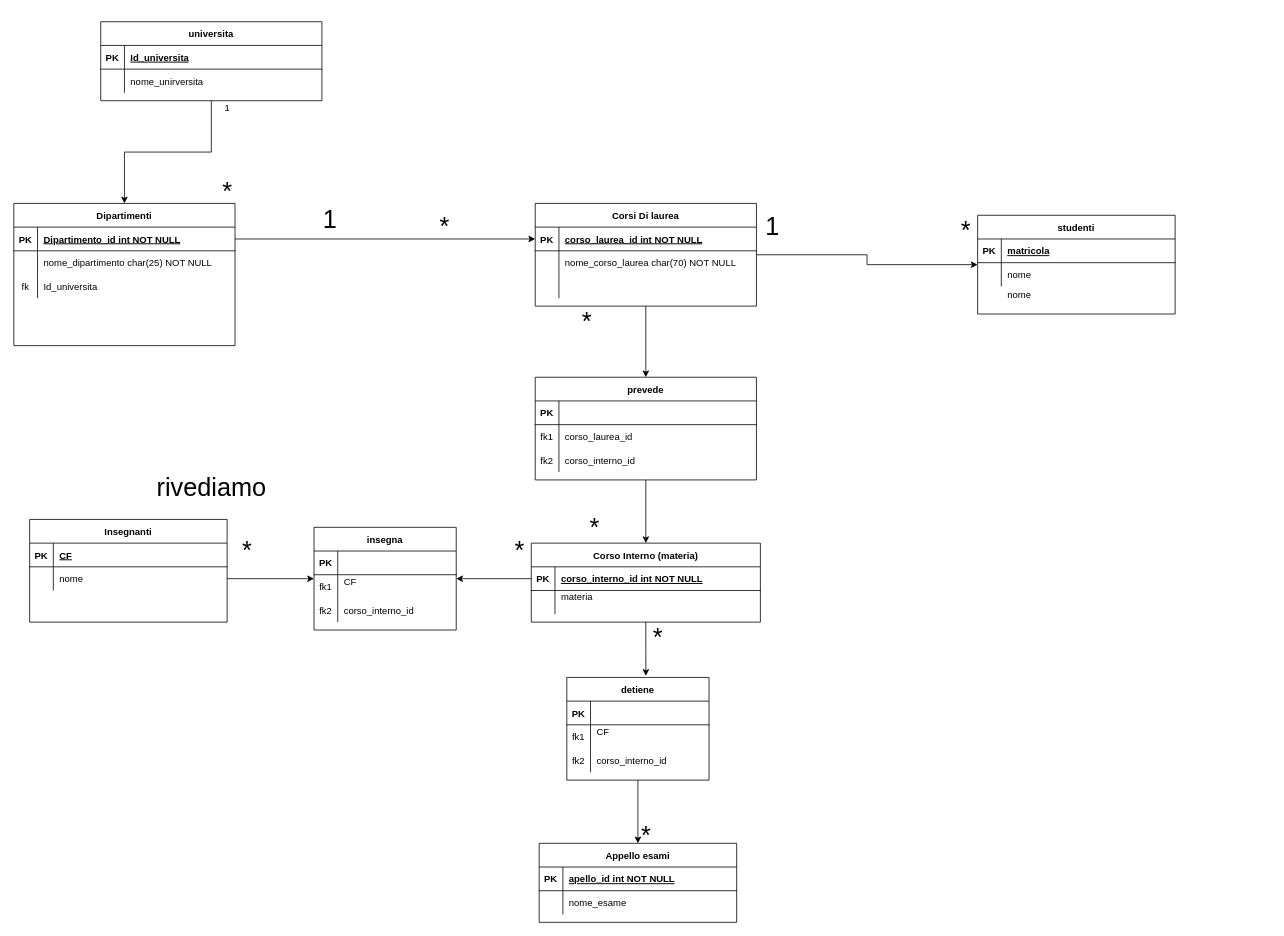
The draw.io diagram Untitled Diagram.drawio in LorenzoPrimogeri/db-first, before the edit. Source tidied: cells renumbered, new cells numbered last; positions are measured from the earlier drawing's top-left corner, leaving out a move shared by most shapes. Both pictures are drawn from the tidied source at 79%, with x=0, y=0 at pixel (13, 21).
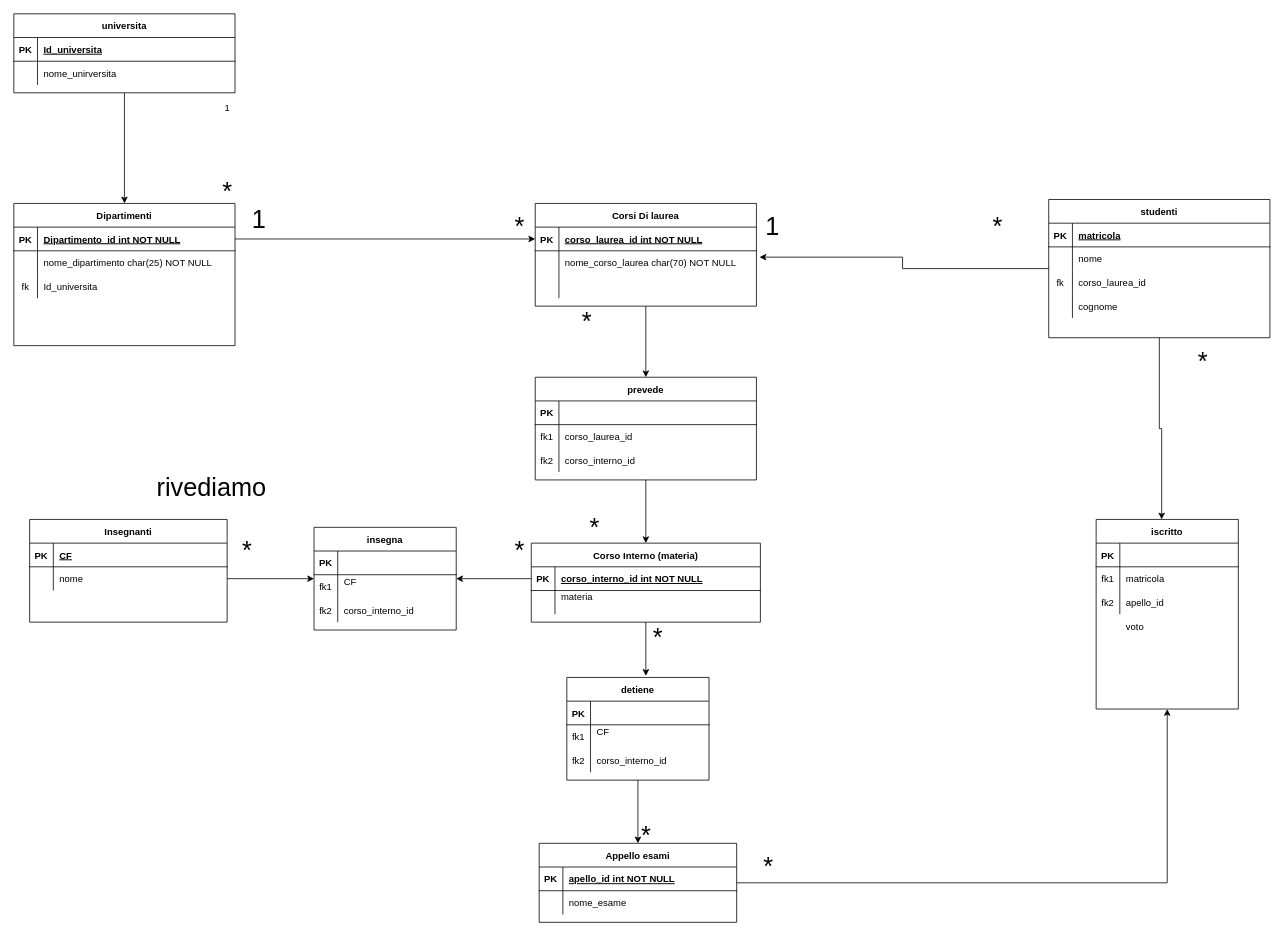
Above is the later version.

Unchanged cells that the change refers to:
```xml
<mxCell id="4" value="Corsi Di laurea" style="shape=table;startSize=30;childLayout=tableLayout;rowLines=0;fontStyle=1;align=center;" parent="1" vertex="1">
  <mxGeometry x="660" y="230" width="280" height="130" as="geometry" />
</mxCell>
<mxCell id="8" style="shape=partialRectangle;fillColor=none;points=[[0,0.5],[1,0.5]];portConstraint=eastwest;top=0;left=0;right=0;bottom=0;" parent="4" vertex="1">
  <mxGeometry y="60" width="280" height="30" as="geometry" />
</mxCell>
<mxCell id="39" value="Appello esami" style="shape=table;startSize=30;childLayout=tableLayout;rowLines=0;fontStyle=1;align=center;" parent="1" vertex="1">
  <mxGeometry x="665" y="1040" width="250" height="100" as="geometry" />
</mxCell>
```

What changed in the source:
```diff
@@
-    <mxCell id="3" style="edgeStyle=orthogonalEdgeStyle;rounded=0;jettySize=auto;html=1;fontSize=32;" parent="1" edge="1" source="4" target="46">
-      <mxGeometry relative="1" as="geometry" />
-    </mxCell>
@@
+    <mxCell id="113" style="edgeStyle=orthogonalEdgeStyle;rounded=0;jettySize=auto;html=1;fontSize=32;entryX=0.5;entryY=1;entryDx=0;entryDy=0;" parent="1" edge="1" source="39" target="129">
+      <mxGeometry relative="1" as="geometry" />
+    </mxCell>
@@
-    <mxCell id="46" value="studenti" style="shape=table;startSize=30;childLayout=tableLayout;rowLines=0;fontStyle=1;align=center;" parent="1" vertex="1">
-      <mxGeometry x="1220" y="245" width="250" height="125" as="geometry" />
-    </mxCell>
-    <mxCell id="47" style="shape=partialRectangle;fillColor=none;top=0;left=0;right=0;bottom=1;" parent="46" vertex="1">
-      <mxGeometry y="30" width="250" height="30" as="geometry" />
-    </mxCell>
-    <mxCell id="48" value="PK" style="shape=partialRectangle;overflow=hidden;fillColor=none;top=0;left=0;bottom=0;right=0;fontStyle=1;" parent="47" vertex="1">
-      <mxGeometry width="30" height="30" as="geometry" />
-    </mxCell>
-    <mxCell id="49" value="matricola" style="shape=partialRectangle;overflow=hidden;fillColor=none;top=0;left=0;bottom=0;right=0;align=left;spacingLeft=6;fontStyle=5;" parent="47" vertex="1">
-      <mxGeometry x="30" width="220" height="30" as="geometry" />
-    </mxCell>
-    <mxCell id="50" style="shape=partialRectangle;fillColor=none;top=0;left=0;right=0;bottom=0;" parent="46" vertex="1">
-      <mxGeometry y="60" width="250" height="30" as="geometry" />
-    </mxCell>
-    <mxCell id="51" style="shape=partialRectangle;overflow=hidden;fillColor=none;top=0;left=0;bottom=0;right=0;" parent="50" vertex="1">
-      <mxGeometry width="30" height="30" as="geometry" />
-    </mxCell>
-    <mxCell id="52" value="nome" style="shape=partialRectangle;overflow=hidden;fillColor=none;top=0;left=0;bottom=0;right=0;align=left;spacingLeft=6;" parent="50" vertex="1">
-      <mxGeometry x="30" width="220" height="30" as="geometry" />
-    </mxCell>
@@
     <mxCell id="54" value="universita" style="shape=table;startSize=30;childLayout=tableLayout;rowLines=0;fontStyle=1;align=center;" parent="1" vertex="1">
-      <mxGeometry x="110" width="280" height="100" as="geometry" />
+      <mxGeometry y="-10" width="280" height="100" as="geometry" />
     </mxCell>
@@
     <mxCell id="64" value="1" style="text;html=1;align=center;verticalAlign=middle;strokeColor=none;fillColor=none;fontSize=32;" parent="1" vertex="1">
-      <mxGeometry x="385" y="230" width="30" height="40" as="geometry" />
+      <mxGeometry x="295" y="230" width="30" height="40" as="geometry" />
     </mxCell>
     <mxCell id="65" value="*" style="text;html=1;align=center;verticalAlign=middle;strokeColor=none;fillColor=none;fontSize=32;" parent="1" vertex="1">
-      <mxGeometry x="530" y="240" width="30" height="40" as="geometry" />
+      <mxGeometry x="625" y="240" width="30" height="40" as="geometry" />
     </mxCell>
@@
     <mxCell id="109" value="*" style="text;html=1;align=center;verticalAlign=middle;strokeColor=none;fillColor=none;fontSize=32;" parent="1" vertex="1">
-      <mxGeometry x="1190" y="245" width="30" height="40" as="geometry" />
+      <mxGeometry x="1230" y="240" width="30" height="40" as="geometry" />
     </mxCell>
-    <mxCell id="110" style="shape=partialRectangle;fillColor=none;top=0;left=0;right=0;bottom=0;" parent="1" vertex="1">
-      <mxGeometry x="1220" y="330" width="250" height="30" as="geometry" />
-    </mxCell>
-    <mxCell id="111" style="shape=partialRectangle;overflow=hidden;fillColor=none;top=0;left=0;bottom=0;right=0;" parent="110" vertex="1">
-      <mxGeometry width="30" height="30" as="geometry" />
-    </mxCell>
-    <mxCell id="112" value="nome" style="shape=partialRectangle;overflow=hidden;fillColor=none;top=0;left=0;bottom=0;right=0;align=left;spacingLeft=6;" parent="110" vertex="1">
-      <mxGeometry x="30" width="220" height="30" as="geometry" />
-    </mxCell>
+    <mxCell id="114" style="edgeStyle=orthogonalEdgeStyle;rounded=0;jettySize=auto;html=1;entryX=1.014;entryY=0.267;entryDx=0;entryDy=0;entryPerimeter=0;fontSize=32;" parent="1" edge="1" source="46" target="8">
+      <mxGeometry relative="1" as="geometry" />
+    </mxCell>
+    <mxCell id="115" style="edgeStyle=orthogonalEdgeStyle;rounded=0;jettySize=auto;html=1;entryX=0.461;entryY=0;entryDx=0;entryDy=0;entryPerimeter=0;fontSize=32;" parent="1" edge="1" source="46" target="129">
+      <mxGeometry relative="1" as="geometry" />
+    </mxCell>
+    <mxCell id="46" value="studenti" style="shape=table;startSize=30;childLayout=tableLayout;rowLines=0;fontStyle=1;align=center;" parent="1" vertex="1">
+      <mxGeometry x="1310" y="225" width="280" height="175" as="geometry" />
+    </mxCell>
+    <mxCell id="116" style="shape=partialRectangle;fillColor=none;top=0;left=0;right=0;bottom=1;" parent="46" vertex="1">
+      <mxGeometry y="30" width="280" height="30" as="geometry" />
+    </mxCell>
+    <mxCell id="117" value="PK" style="shape=partialRectangle;overflow=hidden;fillColor=none;top=0;left=0;bottom=0;right=0;fontStyle=1;" parent="116" vertex="1">
+      <mxGeometry width="30" height="30" as="geometry" />
+    </mxCell>
+    <mxCell id="49" value="matricola" style="shape=partialRectangle;overflow=hidden;fillColor=none;top=0;left=0;bottom=0;right=0;align=left;spacingLeft=6;fontStyle=5;" parent="116" vertex="1">
+      <mxGeometry x="30" width="250" height="30" as="geometry" />
+    </mxCell>
+    <mxCell id="118" style="shape=partialRectangle;fillColor=none;top=0;left=0;right=0;bottom=0;" parent="46" vertex="1">
+      <mxGeometry y="60" width="280" height="30" as="geometry" />
+    </mxCell>
+    <mxCell id="119" style="shape=partialRectangle;overflow=hidden;fillColor=none;top=0;left=0;bottom=0;right=0;" parent="118" vertex="1">
+      <mxGeometry width="30" height="30" as="geometry" />
+    </mxCell>
+    <mxCell id="120" value="nome" style="shape=partialRectangle;overflow=hidden;fillColor=none;top=0;left=0;bottom=0;right=0;align=left;spacingLeft=6;" parent="118" vertex="1">
+      <mxGeometry x="30" width="250" height="30" as="geometry" />
+    </mxCell>
+    <mxCell id="121" style="shape=partialRectangle;fillColor=none;top=0;left=0;right=0;bottom=0;" parent="46" vertex="1">
+      <mxGeometry y="90" width="280" height="30" as="geometry" />
+    </mxCell>
+    <mxCell id="122" value="fk" style="shape=partialRectangle;overflow=hidden;fillColor=none;top=0;left=0;bottom=0;right=0;" parent="121" vertex="1">
+      <mxGeometry width="30" height="30" as="geometry" />
+    </mxCell>
+    <mxCell id="123" value="corso_laurea_id" style="shape=partialRectangle;overflow=hidden;fillColor=none;top=0;left=0;bottom=0;right=0;align=left;spacingLeft=6;" parent="121" vertex="1">
+      <mxGeometry x="30" width="250" height="30" as="geometry" />
+    </mxCell>
+    <mxCell id="124" style="shape=partialRectangle;fillColor=none;top=0;left=0;right=0;bottom=0;" parent="46" vertex="1">
+      <mxGeometry y="120" width="280" height="30" as="geometry" />
+    </mxCell>
+    <mxCell id="125" style="shape=partialRectangle;overflow=hidden;fillColor=none;top=0;left=0;bottom=0;right=0;" parent="124" vertex="1">
+      <mxGeometry width="30" height="30" as="geometry" />
+    </mxCell>
+    <mxCell id="126" value="cognome" style="shape=partialRectangle;overflow=hidden;fillColor=none;top=0;left=0;bottom=0;right=0;align=left;spacingLeft=6;" parent="124" vertex="1">
+      <mxGeometry x="30" width="250" height="30" as="geometry" />
+    </mxCell>
+    <mxCell id="127" value="*" style="text;html=1;align=center;verticalAlign=middle;strokeColor=none;fillColor=none;fontSize=32;" parent="1" vertex="1">
+      <mxGeometry x="940" y="1050" width="30" height="40" as="geometry" />
+    </mxCell>
+    <mxCell id="128" value="*" style="text;html=1;align=center;verticalAlign=middle;strokeColor=none;fillColor=none;fontSize=32;" parent="1" vertex="1">
+      <mxGeometry x="1490" y="410" width="30" height="40" as="geometry" />
+    </mxCell>
+    <mxCell id="129" value="iscritto" style="shape=table;startSize=30;childLayout=tableLayout;rowLines=0;fontStyle=1;align=center;" parent="1" vertex="1">
+      <mxGeometry x="1370" y="630" width="180" height="240" as="geometry" />
+    </mxCell>
+    <mxCell id="130" style="shape=partialRectangle;fillColor=none;top=0;left=0;right=0;bottom=1;" parent="129" vertex="1">
+      <mxGeometry y="30" width="180" height="30" as="geometry" />
+    </mxCell>
+    <mxCell id="131" value="PK" style="shape=partialRectangle;overflow=hidden;fillColor=none;top=0;left=0;bottom=0;right=0;fontStyle=1;" parent="130" vertex="1">
+      <mxGeometry width="30" height="30" as="geometry" />
+    </mxCell>
+    <mxCell id="132" style="shape=partialRectangle;overflow=hidden;fillColor=none;top=0;left=0;bottom=0;right=0;align=left;spacingLeft=6;fontStyle=5;" parent="130" vertex="1">
+      <mxGeometry x="30" width="150" height="30" as="geometry" />
+    </mxCell>
+    <mxCell id="133" style="shape=partialRectangle;fillColor=none;top=0;left=0;right=0;bottom=0;" parent="129" vertex="1">
+      <mxGeometry y="60" width="180" height="30" as="geometry" />
+    </mxCell>
+    <mxCell id="134" value="fk1" style="shape=partialRectangle;overflow=hidden;fillColor=none;top=0;left=0;bottom=0;right=0;" parent="133" vertex="1">
+      <mxGeometry width="30" height="30" as="geometry" />
+    </mxCell>
+    <mxCell id="135" value="matricola" style="shape=partialRectangle;overflow=hidden;fillColor=none;top=0;left=0;bottom=0;right=0;align=left;spacingLeft=6;" parent="133" vertex="1">
+      <mxGeometry x="30" width="150" height="30" as="geometry" />
+    </mxCell>
+    <mxCell id="136" style="shape=partialRectangle;fillColor=none;top=0;left=0;right=0;bottom=0;" parent="129" vertex="1">
+      <mxGeometry y="90" width="180" height="30" as="geometry" />
+    </mxCell>
+    <mxCell id="137" value="fk2" style="shape=partialRectangle;overflow=hidden;fillColor=none;top=0;left=0;bottom=0;right=0;" parent="136" vertex="1">
+      <mxGeometry width="30" height="30" as="geometry" />
+    </mxCell>
+    <mxCell id="138" value="apello_id" style="shape=partialRectangle;overflow=hidden;fillColor=none;top=0;left=0;bottom=0;right=0;align=left;spacingLeft=6;" parent="136" vertex="1">
+      <mxGeometry x="30" width="150" height="30" as="geometry" />
+    </mxCell>
+    <mxCell id="139" style="shape=partialRectangle;overflow=hidden;fillColor=none;top=0;left=0;bottom=0;right=0;" parent="1" vertex="1">
+      <mxGeometry x="1370" y="750" width="30" height="30" as="geometry" />
+    </mxCell>
+    <mxCell id="140" style="shape=partialRectangle;fillColor=none;top=0;left=0;right=0;bottom=0;" parent="1" vertex="1">
+      <mxGeometry x="1370" y="750" width="180" height="30" as="geometry" />
+    </mxCell>
+    <mxCell id="141" style="shape=partialRectangle;overflow=hidden;fillColor=none;top=0;left=0;bottom=0;right=0;" parent="140" vertex="1">
+      <mxGeometry width="30" height="30" as="geometry" />
+    </mxCell>
+    <mxCell id="142" value="voto" style="shape=partialRectangle;overflow=hidden;fillColor=none;top=0;left=0;bottom=0;right=0;align=left;spacingLeft=6;" parent="140" vertex="1">
+      <mxGeometry x="30" width="150" height="30" as="geometry" />
+    </mxCell>
```
